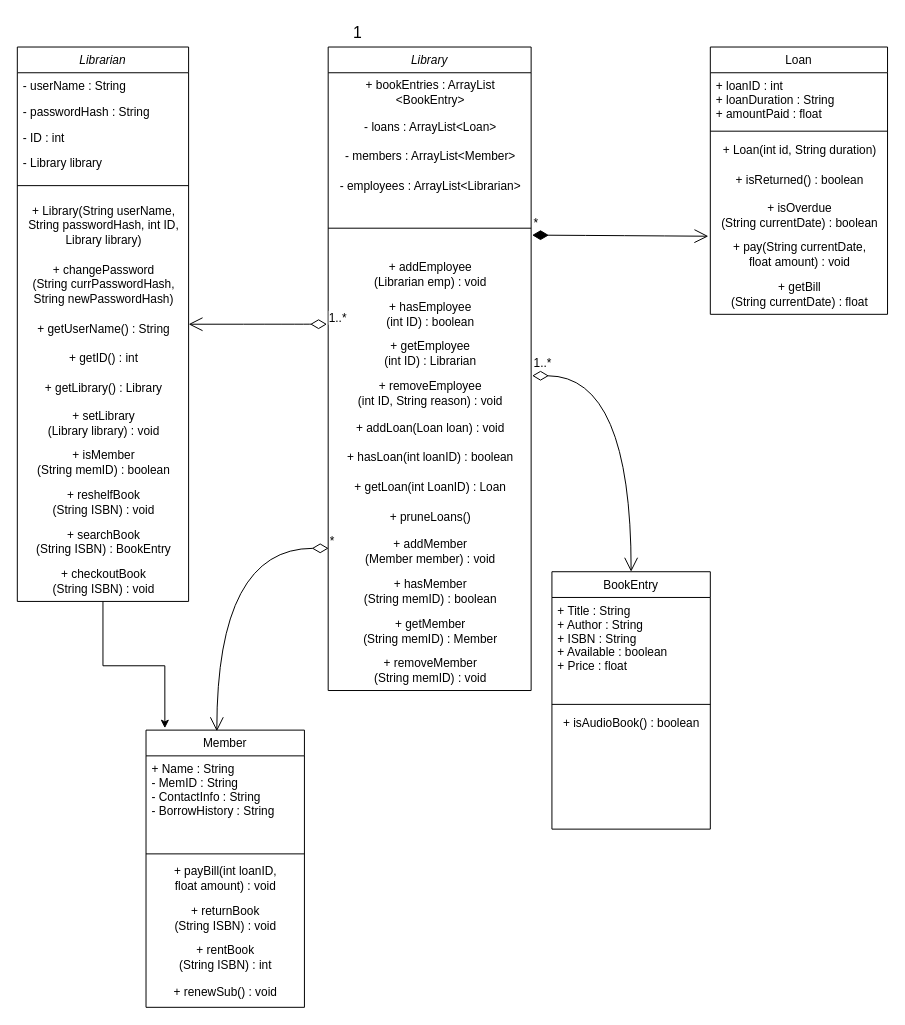
Twpendleton/ClassUMLDiagram keeps this draw.io diagram as Untitled Diagram.drawio. Above is the earlier version. Source tidied: cells renumbered, new cells numbered last; positions are measured from the earlier drawing's top-left corner, leaving out a move shared by most shapes. Both pictures are drawn from the tidied source at 99%, with x=0, y=0 at pixel (17, 17).
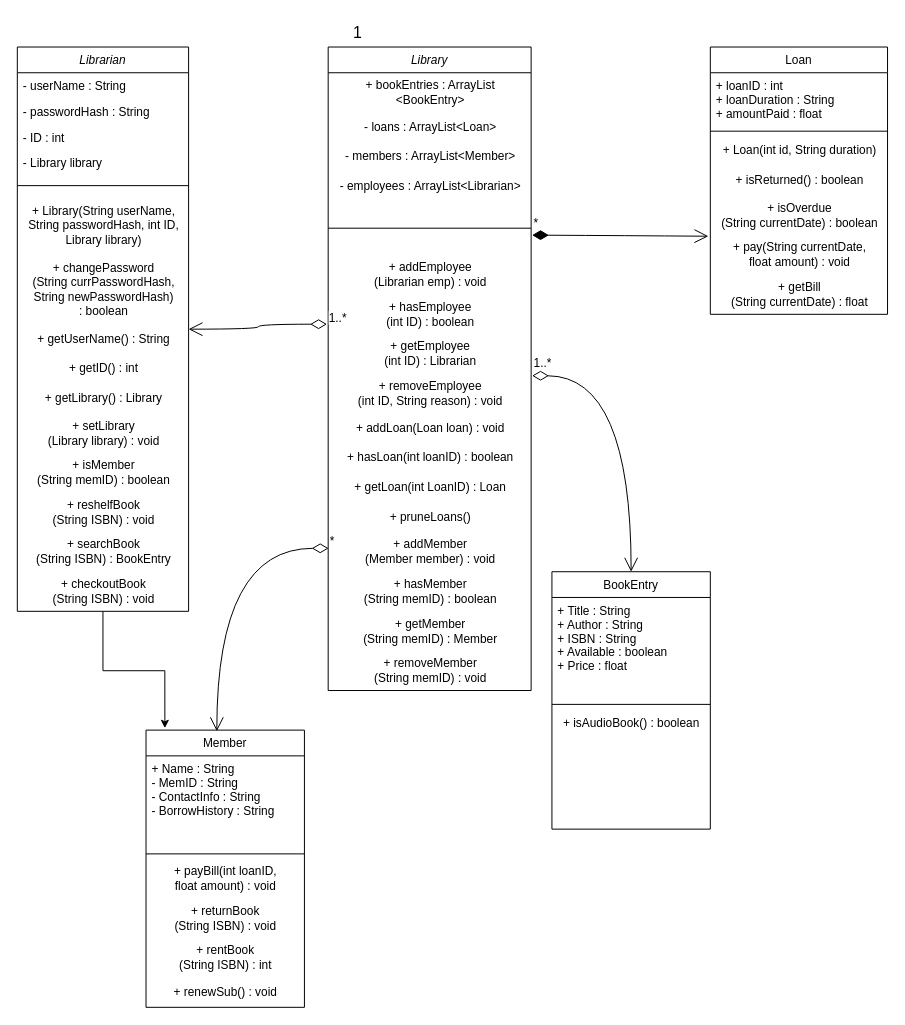
The same page after the edit.

Commit message:
Add return type for changePassword method in Librarian class

What changed in the source:
```diff
@@
     <mxCell id="2" value="Librarian" style="swimlane;fontStyle=2;align=center;verticalAlign=top;horizontal=1;startSize=26;rounded=0;shadow=0;strokeWidth=1;" parent="1" vertex="1">
-      <mxGeometry y="30" width="173" height="560" as="geometry" />
+      <mxGeometry y="30" width="173" height="570" as="geometry" />
     </mxCell>
@@
-    <mxCell id="9" value="+ changePassword&lt;div&gt;&lt;span style=&quot;background-color: initial;&quot;&gt;(String currPasswordHash,&lt;/span&gt;&lt;div&gt;&lt;span style=&quot;background-color: initial;&quot;&gt;String newPasswordHash)&lt;/span&gt;&lt;/div&gt;&lt;/div&gt;" style="text;html=1;align=center;verticalAlign=middle;strokeColor=none;fillColor=none;" parent="2" vertex="1">
-      <mxGeometry y="210" width="173" height="60" as="geometry" />
+    <mxCell id="9" value="+ changePassword&lt;div&gt;&lt;span style=&quot;background-color: initial;&quot;&gt;(String currPasswordHash,&lt;/span&gt;&lt;div&gt;&lt;span style=&quot;background-color: initial;&quot;&gt;String newPasswordHash)&lt;/span&gt;&lt;/div&gt;&lt;div&gt;&lt;span style=&quot;background-color: initial;&quot;&gt;: boolean&lt;/span&gt;&lt;/div&gt;&lt;/div&gt;" style="text;html=1;align=center;verticalAlign=middle;strokeColor=none;fillColor=none;" parent="2" vertex="1">
+      <mxGeometry y="210" width="173" height="70" as="geometry" />
     </mxCell>
     <mxCell id="10" value="+ getUserName&lt;span style=&quot;background-color: initial;&quot;&gt;() : String&lt;/span&gt;" style="text;html=1;align=center;verticalAlign=middle;strokeColor=none;fillColor=none;" parent="2" vertex="1">
-      <mxGeometry y="270" width="173" height="30" as="geometry" />
+      <mxGeometry y="280" width="173" height="30" as="geometry" />
     </mxCell>
     <mxCell id="11" value="+ getID&lt;span style=&quot;background-color: initial;&quot;&gt;() : int&lt;/span&gt;" style="text;html=1;align=center;verticalAlign=middle;strokeColor=none;fillColor=none;" parent="2" vertex="1">
-      <mxGeometry y="300" width="173" height="30" as="geometry" />
+      <mxGeometry y="310" width="173" height="30" as="geometry" />
     </mxCell>
     <mxCell id="12" value="+ getLibrary&lt;span style=&quot;background-color: initial;&quot;&gt;() : Library&lt;/span&gt;" style="text;html=1;align=center;verticalAlign=middle;strokeColor=none;fillColor=none;" parent="2" vertex="1">
-      <mxGeometry y="330" width="173" height="30" as="geometry" />
+      <mxGeometry y="340" width="173" height="30" as="geometry" />
     </mxCell>
     <mxCell id="13" value="+ setLibrary&lt;div&gt;&lt;span style=&quot;background-color: initial;&quot;&gt;(Library library) : void&lt;/span&gt;&lt;/div&gt;" style="text;html=1;align=center;verticalAlign=middle;strokeColor=none;fillColor=none;" parent="2" vertex="1">
-      <mxGeometry y="360" width="173" height="40" as="geometry" />
+      <mxGeometry y="370" width="173" height="40" as="geometry" />
     </mxCell>
     <mxCell id="14" value="+ isMember&lt;div&gt;(String memID) : boolean&lt;/div&gt;" style="text;html=1;align=center;verticalAlign=middle;strokeColor=none;fillColor=none;" parent="2" vertex="1">
-      <mxGeometry y="400" width="173" height="40" as="geometry" />
+      <mxGeometry y="410" width="173" height="40" as="geometry" />
     </mxCell>
     <mxCell id="15" value="+ reshelfBook&lt;div&gt;(String ISBN) : void&lt;/div&gt;" style="text;html=1;align=center;verticalAlign=middle;strokeColor=none;fillColor=none;" parent="2" vertex="1">
-      <mxGeometry y="440" width="173" height="40" as="geometry" />
+      <mxGeometry y="450" width="173" height="40" as="geometry" />
     </mxCell>
     <mxCell id="16" value="+ searchBook&lt;div&gt;(String ISBN) : BookEntry&lt;/div&gt;" style="text;html=1;align=center;verticalAlign=middle;strokeColor=none;fillColor=none;" parent="2" vertex="1">
-      <mxGeometry y="480" width="173" height="40" as="geometry" />
+      <mxGeometry y="490" width="173" height="40" as="geometry" />
     </mxCell>
     <mxCell id="17" value="+ checkoutBook&lt;div&gt;(String ISBN) : void&lt;/div&gt;" style="text;html=1;align=center;verticalAlign=middle;points=[];strokeColor=none;fillColor=none;" parent="2" vertex="1">
-      <mxGeometry y="520" width="173" height="40" as="geometry" />
+      <mxGeometry y="530" width="173" height="40" as="geometry" />
     </mxCell>
```
